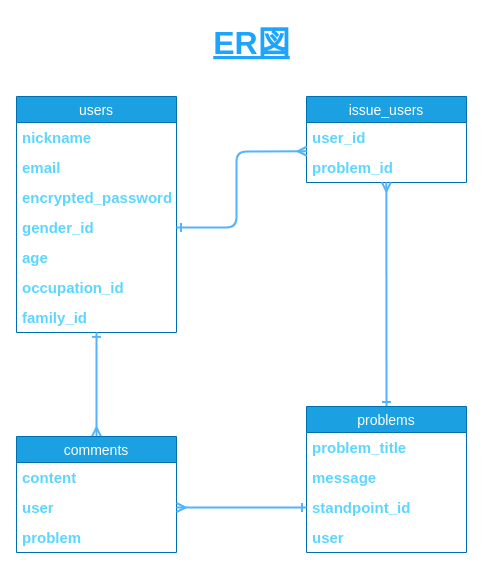
Before: er.dio in ikenatsu/problem-39578, a draw.io diagram. Source tidied: cells renumbered, new cells numbered last; positions are measured from the earlier drawing's top-left corner, leaving out a move shared by most shapes. Both pictures are drawn from the tidied source at 100%, with x=0, y=0 at pixel (16, 16).
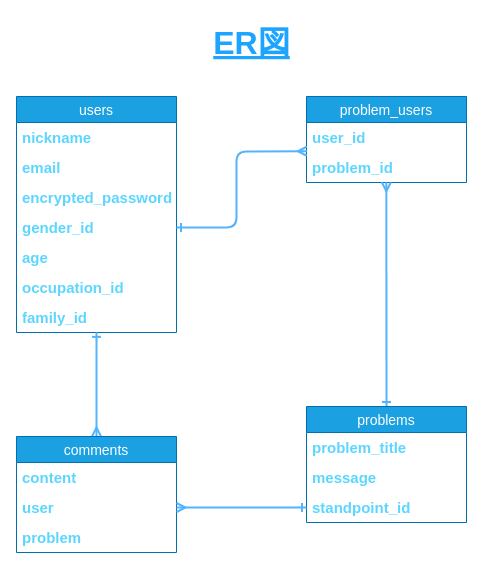
Above is the later version.

What changed in the source:
```diff
@@
-    <mxCell id="10" value="issue_users" style="swimlane;fontStyle=0;horizontal=1;startSize=26;align=center;fontSize=14;fillColor=#1ba1e2;fontColor=#ffffff;strokeColor=#006EAF;" parent="1" vertex="1">
+    <mxCell id="10" value="problem_users" style="swimlane;fontStyle=0;horizontal=1;startSize=26;align=center;fontSize=14;fillColor=#1ba1e2;fontColor=#ffffff;strokeColor=#006EAF;" parent="1" vertex="1">
       <mxGeometry x="290" y="80" width="160" height="86" as="geometry" />
     </mxCell>
@@
     <mxCell id="19" value="problems" style="swimlane;fontStyle=0;horizontal=1;startSize=26;align=center;fontSize=14;fillColor=#1ba1e2;fontColor=#ffffff;strokeColor=#006EAF;" parent="1" vertex="1">
-      <mxGeometry x="290" y="390" width="160" height="146" as="geometry" />
+      <mxGeometry x="290" y="390" width="160" height="116" as="geometry" />
     </mxCell>
@@
-    <mxCell id="23" value="user" style="text;strokeColor=none;fillColor=none;spacingLeft=4;spacingRight=4;overflow=hidden;fontSize=15;fontColor=#5cd6ff;fontStyle=1;" parent="19" vertex="1">
-      <mxGeometry y="116" width="160" height="30" as="geometry" />
-    </mxCell>
```
